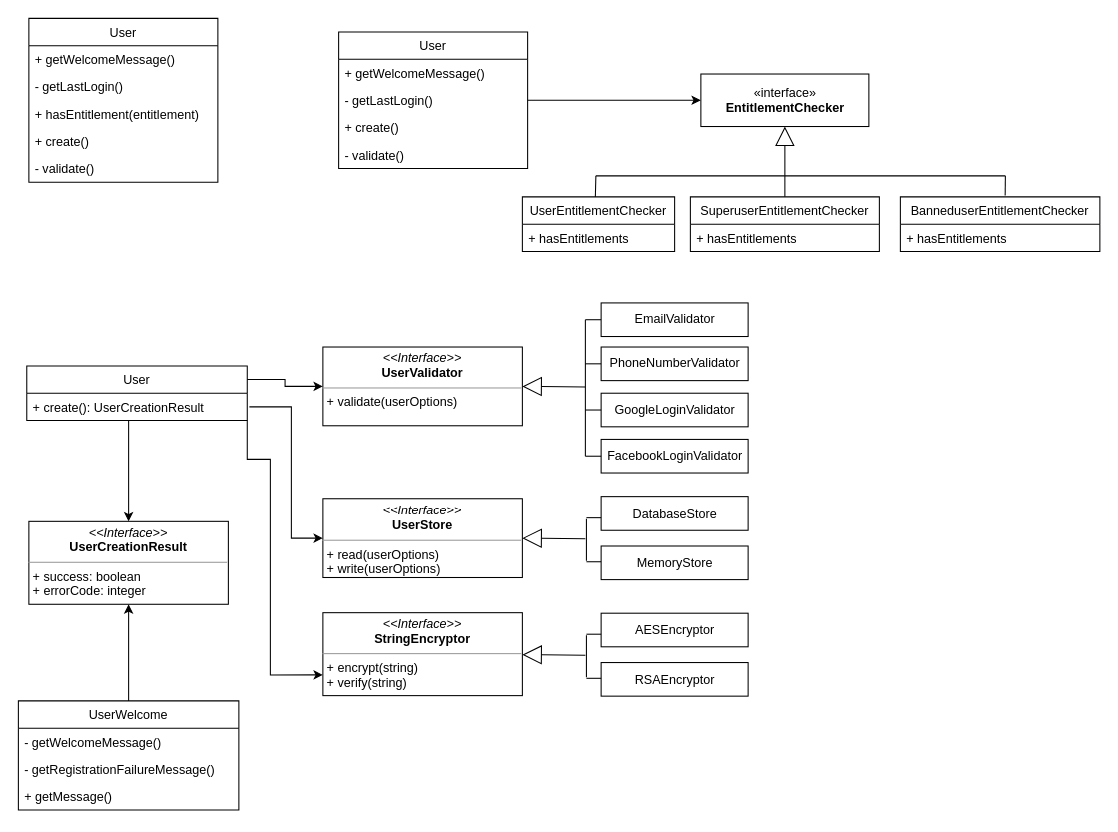
Above: media/SOLID-single-responsibility-principle/SRP - User.drawio in JustinDFuller/medium-stories (draw.io), before the change. Source tidied: cells renumbered, new cells numbered last; positions are measured from the earlier drawing's top-left corner, leaving out a move shared by most shapes. Both pictures are drawn from the tidied source at 105%, with x=0, y=0 at pixel (18, 18).
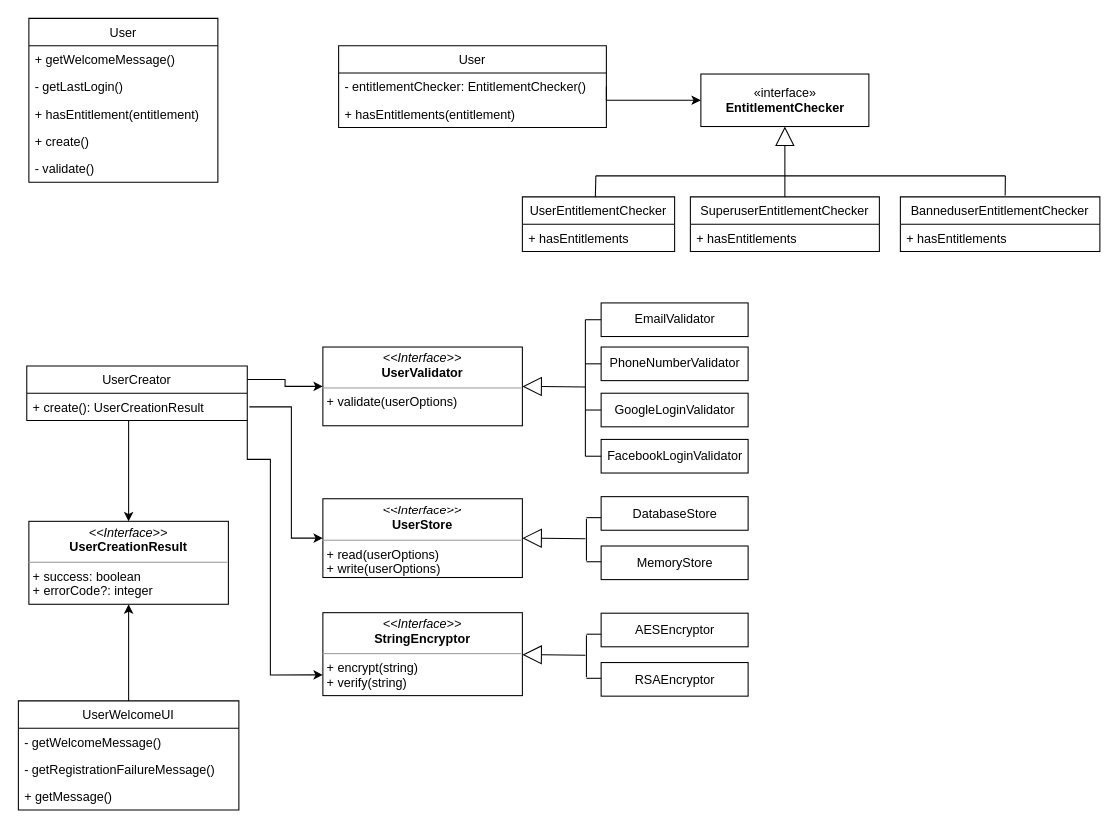
After the change.

Commit message (it also covers changes not shown here):
Entitlement Checkers

Unchanged cells that the change refers to:
```xml
<mxCell id="14" value="«interface»&lt;br&gt;&lt;b&gt;EntitlementChecker&lt;/b&gt;" style="html=1;" parent="1" vertex="1">
  <mxGeometry x="650" y="53" width="160" height="50" as="geometry" />
</mxCell>
```

What changed in the source:
```diff
@@
     <mxCell id="9" value="User" style="swimlane;fontStyle=0;horizontal=1;startSize=26;fillColor=none;" parent="1" vertex="1">
-      <mxGeometry x="305" y="13" width="180" height="130" as="geometry" />
+      <mxGeometry x="305" y="26" width="255" height="78" as="geometry" />
     </mxCell>
-    <mxCell id="10" value="+ getWelcomeMessage()" style="text;strokeColor=none;fillColor=none;align=left;verticalAlign=top;spacingLeft=4;spacingRight=4;overflow=hidden;points=[[0,0.5],[1,0.5]];portConstraint=eastwest;" parent="9" vertex="1">
-      <mxGeometry y="26" width="180" height="26" as="geometry" />
+    <mxCell id="10" value="- entitlementChecker: EntitlementChecker()" style="text;strokeColor=none;fillColor=none;align=left;verticalAlign=top;spacingLeft=4;spacingRight=4;overflow=hidden;points=[[0,0.5],[1,0.5]];portConstraint=eastwest;" parent="9" vertex="1">
+      <mxGeometry y="26" width="255" height="26" as="geometry" />
     </mxCell>
-    <mxCell id="11" value="- getLastLogin()" style="text;strokeColor=none;fillColor=none;align=left;verticalAlign=top;spacingLeft=4;spacingRight=4;overflow=hidden;points=[[0,0.5],[1,0.5]];portConstraint=eastwest;" parent="9" vertex="1">
-      <mxGeometry y="52" width="180" height="26" as="geometry" />
+    <mxCell id="11" value="+ hasEntitlements(entitlement)" style="text;strokeColor=none;fillColor=none;align=left;verticalAlign=top;spacingLeft=4;spacingRight=4;overflow=hidden;points=[[0,0.5],[1,0.5]];portConstraint=eastwest;" parent="9" vertex="1">
+      <mxGeometry y="52" width="255" height="26" as="geometry" />
     </mxCell>
-    <mxCell id="12" value="+ create()" style="text;strokeColor=none;fillColor=none;align=left;verticalAlign=top;spacingLeft=4;spacingRight=4;overflow=hidden;" parent="9" vertex="1">
-      <mxGeometry y="78" width="180" height="26" as="geometry" />
-    </mxCell>
-    <mxCell id="13" value="- validate()" style="text;strokeColor=none;fillColor=none;align=left;verticalAlign=top;spacingLeft=4;spacingRight=4;overflow=hidden;" parent="9" vertex="1">
-      <mxGeometry y="104" width="180" height="26" as="geometry" />
-    </mxCell>
@@
-    <mxCell id="15" style="edgeStyle=orthogonalEdgeStyle;rounded=0;jettySize=auto;html=1;exitX=1;exitY=0.5;exitDx=0;exitDy=0;entryX=0;entryY=0.5;entryDx=0;entryDy=0;" parent="1" edge="1" source="11" target="14">
-      <mxGeometry relative="1" as="geometry" />
+    <mxCell id="15" style="edgeStyle=orthogonalEdgeStyle;rounded=0;jettySize=auto;html=1;exitX=1;exitY=0.5;exitDx=0;exitDy=0;entryX=0;entryY=0.5;entryDx=0;entryDy=0;" parent="1" edge="1" source="10" target="14">
+      <mxGeometry relative="1" as="geometry">
+        <Array as="points">
+          <mxPoint x="560" y="78" />
+        </Array>
+      </mxGeometry>
     </mxCell>
@@
-    <mxCell id="40" value="UserWelcome" style="swimlane;fontStyle=0;horizontal=1;startSize=26;fillColor=none;" parent="1" vertex="1">
+    <mxCell id="40" value="UserWelcomeUI" style="swimlane;fontStyle=0;horizontal=1;startSize=26;fillColor=none;" parent="1" vertex="1">
       <mxGeometry y="650" width="210" height="104" as="geometry" />
     </mxCell>
@@
-    <mxCell id="60" value="&lt;p style=&quot;margin: 0px ; margin-top: 4px ; text-align: center&quot;&gt;&lt;i&gt;&amp;lt;&amp;lt;Interface&amp;gt;&amp;gt;&lt;/i&gt;&lt;br&gt;&lt;b&gt;UserCreationResult&lt;/b&gt;&lt;/p&gt;&lt;hr size=&quot;1&quot;&gt;&lt;p style=&quot;margin: 0px ; margin-left: 4px&quot;&gt;&lt;span&gt;+ success: boolean&lt;/span&gt;&lt;/p&gt;&lt;p style=&quot;margin: 0px ; margin-left: 4px&quot;&gt;&lt;span&gt;+ errorCode: integer&lt;/span&gt;&lt;/p&gt;" style="verticalAlign=top;align=left;overflow=fill;fontSize=12;fontFamily=Helvetica;html=1;" parent="1" vertex="1">
+    <mxCell id="60" value="&lt;p style=&quot;margin: 0px ; margin-top: 4px ; text-align: center&quot;&gt;&lt;i&gt;&amp;lt;&amp;lt;Interface&amp;gt;&amp;gt;&lt;/i&gt;&lt;br&gt;&lt;b&gt;UserCreationResult&lt;/b&gt;&lt;/p&gt;&lt;hr size=&quot;1&quot;&gt;&lt;p style=&quot;margin: 0px ; margin-left: 4px&quot;&gt;&lt;span&gt;+ success: boolean&lt;/span&gt;&lt;/p&gt;&lt;p style=&quot;margin: 0px ; margin-left: 4px&quot;&gt;&lt;span&gt;+ errorCode?: integer&lt;/span&gt;&lt;/p&gt;" style="verticalAlign=top;align=left;overflow=fill;fontSize=12;fontFamily=Helvetica;html=1;" parent="1" vertex="1">
       <mxGeometry x="10" y="479" width="190" height="79" as="geometry" />
     </mxCell>
-    <mxCell id="61" value="User" style="swimlane;fontStyle=0;horizontal=1;startSize=26;fillColor=none;" parent="1" vertex="1">
+    <mxCell id="61" value="UserCreator" style="swimlane;fontStyle=0;horizontal=1;startSize=26;fillColor=none;" parent="1" vertex="1">
       <mxGeometry x="8" y="331" width="210" height="52" as="geometry" />
     </mxCell>
```
